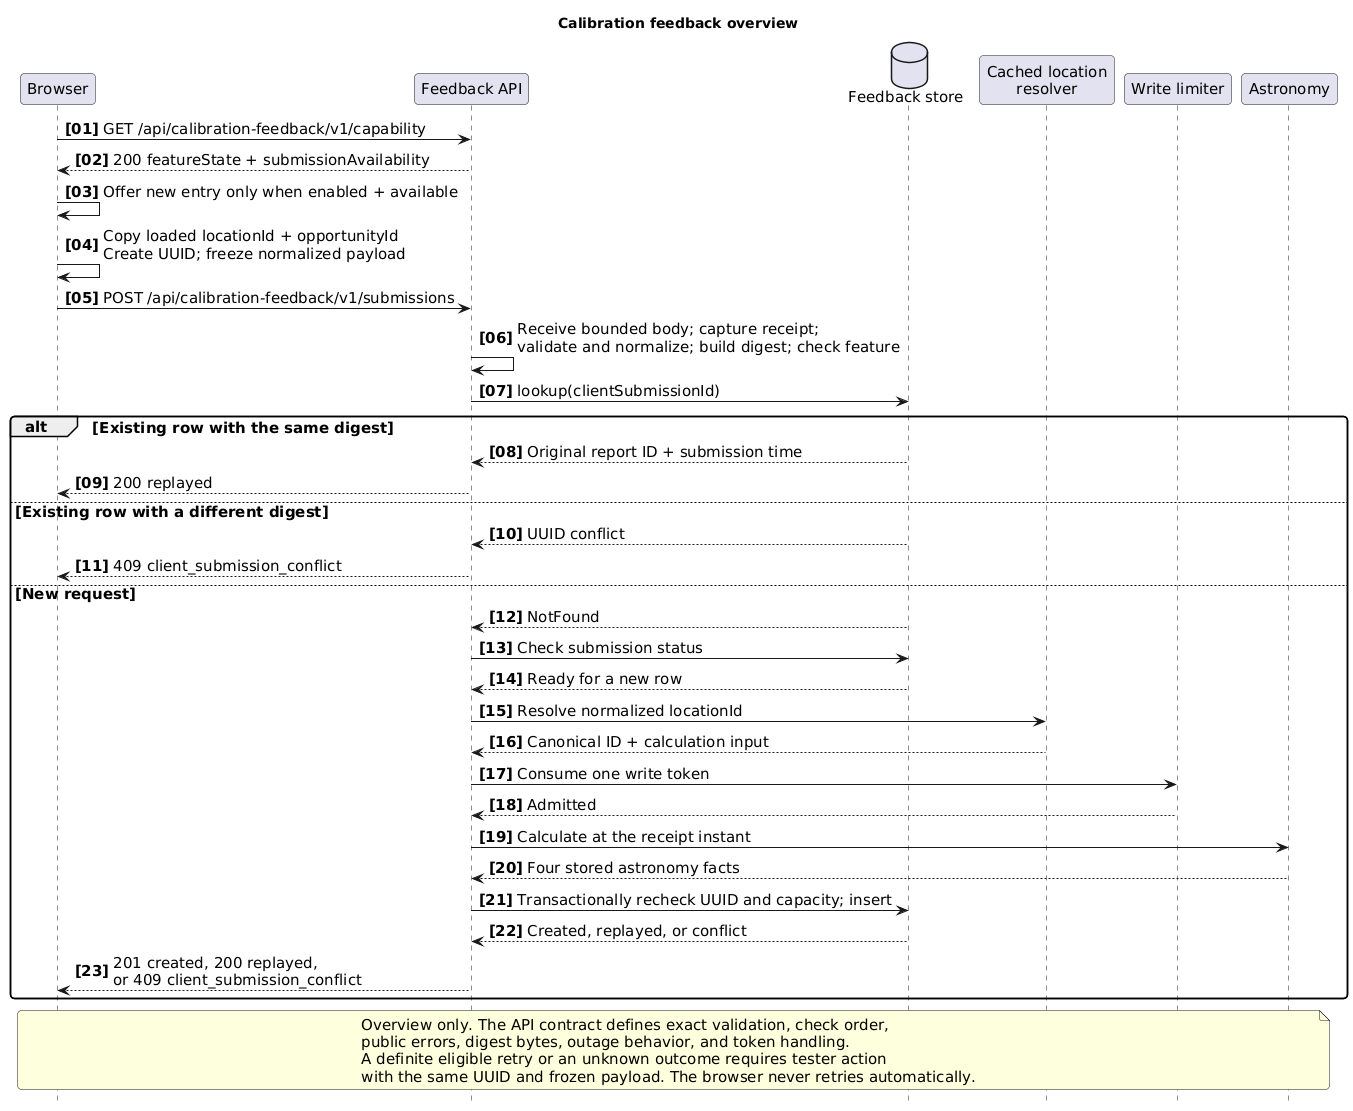
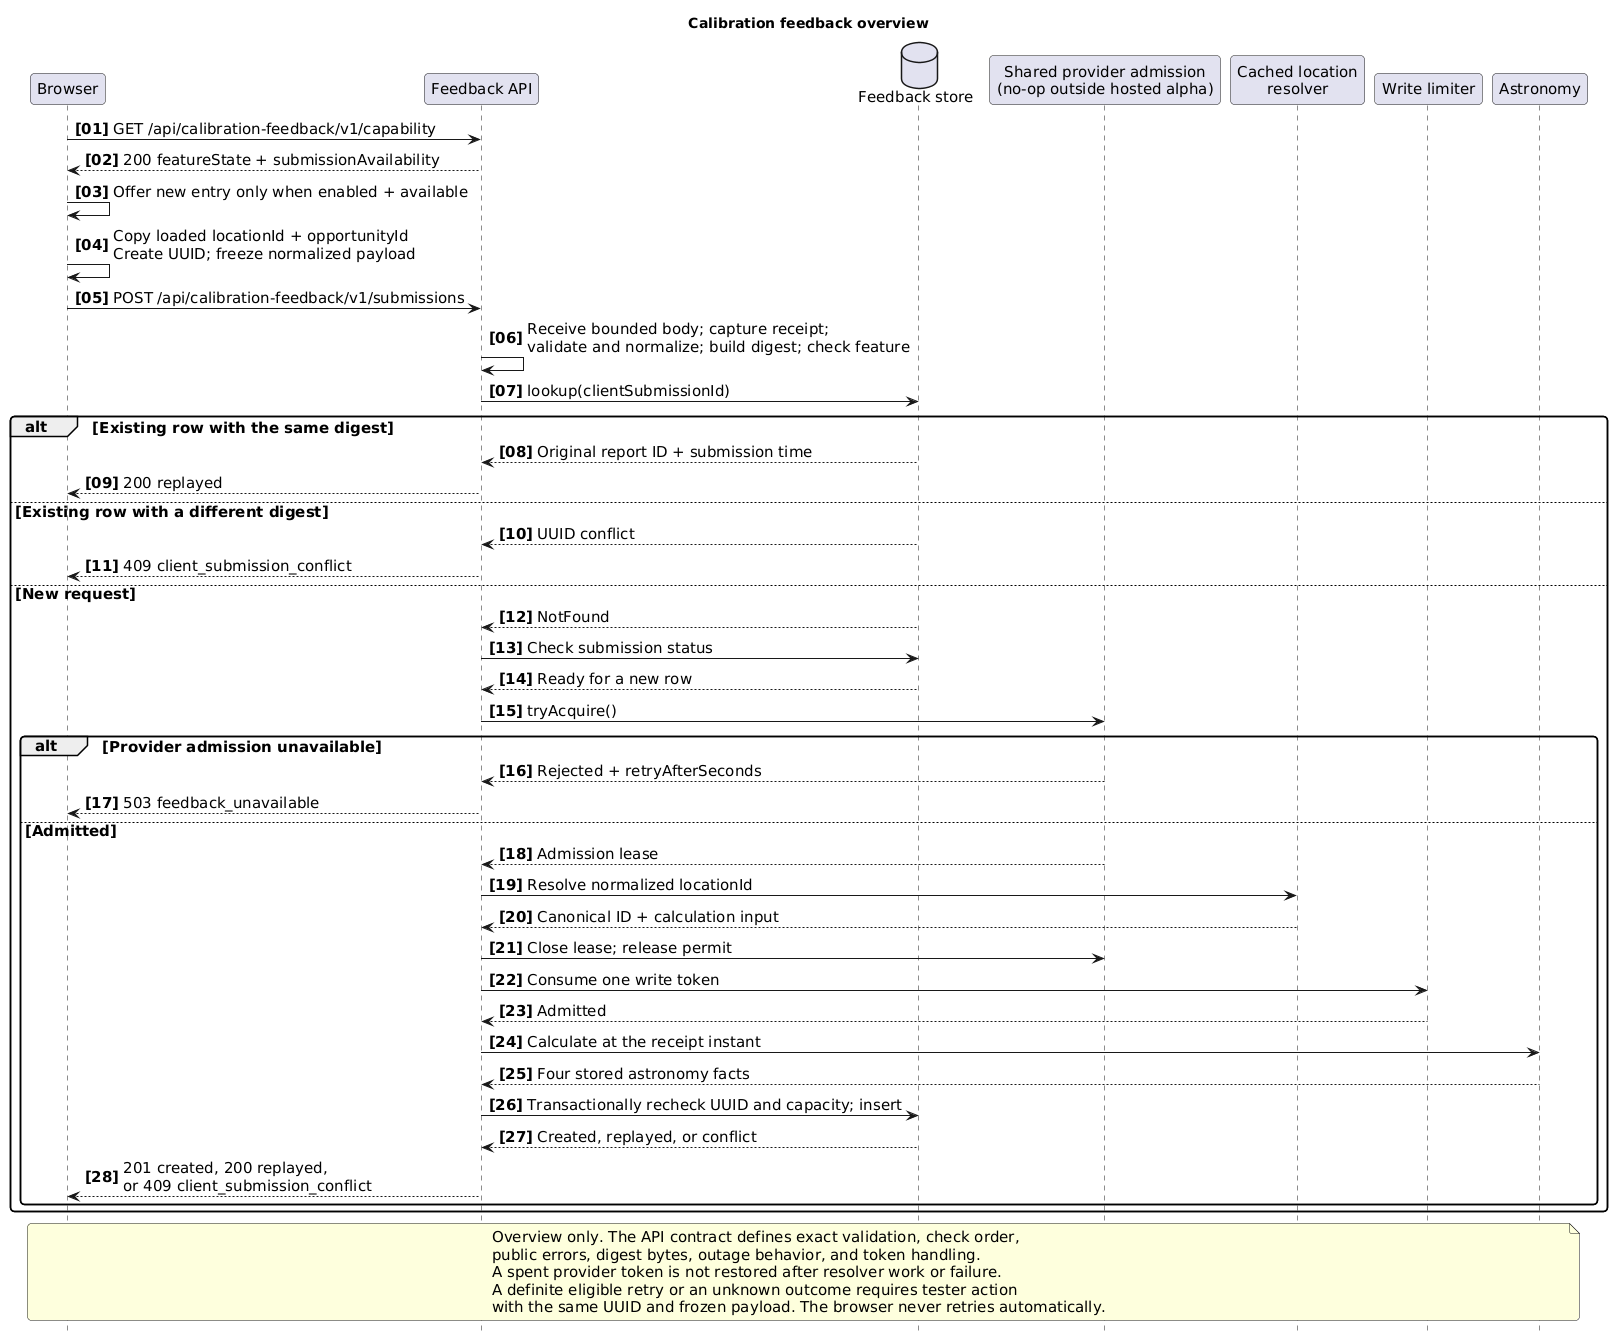
@startuml
skinparam defaultFontName "DejaVu Sans"
skinparam defaultFontSize 15
skinparam shadowing false
skinparam roundcorner 8
skinparam sequenceMessageAlign left
skinparam responseMessageBelowArrow true
hide footbox

title Calibration feedback overview
autonumber 1 "<b>[00]"

participant Browser
participant "Feedback API" as Feedback
database "Feedback store" as Store
+ participant "Shared provider admission\n(no-op outside hosted alpha)" as Admission
participant "Cached location\nresolver" as Resolver
participant "Write limiter" as Limiter
participant Astronomy

Browser -> Feedback: GET /api/calibration-feedback/v1/capability
Feedback --> Browser: 200 featureState + submissionAvailability
Browser -> Browser: Offer new entry only when enabled + available

Browser -> Browser: Copy loaded locationId + opportunityId\nCreate UUID; freeze normalized payload
Browser -> Feedback: POST /api/calibration-feedback/v1/submissions
Feedback -> Feedback: Receive bounded body; capture receipt;\nvalidate and normalize; build digest; check feature
Feedback -> Store: lookup(clientSubmissionId)

alt Existing row with the same digest
  Store --> Feedback: Original report ID + submission time
  Feedback --> Browser: 200 replayed
else Existing row with a different digest
  Store --> Feedback: UUID conflict
  Feedback --> Browser: 409 client_submission_conflict
else New request
  Store --> Feedback: NotFound
  Feedback -> Store: Check submission status
  Store --> Feedback: Ready for a new row
-   Feedback -> Resolver: Resolve normalized locationId
-   Resolver --> Feedback: Canonical ID + calculation input
-   Feedback -> Limiter: Consume one write token
-   Limiter --> Feedback: Admitted
-   Feedback -> Astronomy: Calculate at the receipt instant
-   Astronomy --> Feedback: Four stored astronomy facts
-   Feedback -> Store: Transactionally recheck UUID and capacity; insert
-   Store --> Feedback: Created, replayed, or conflict
-   Feedback --> Browser: 201 created, 200 replayed,\nor 409 client_submission_conflict
+   Feedback -> Admission: tryAcquire()
+   alt Provider admission unavailable
+     Admission --> Feedback: Rejected + retryAfterSeconds
+     Feedback --> Browser: 503 feedback_unavailable
+   else Admitted
+     Admission --> Feedback: Admission lease
+     Feedback -> Resolver: Resolve normalized locationId
+     Resolver --> Feedback: Canonical ID + calculation input
+     Feedback -> Admission: Close lease; release permit
+     Feedback -> Limiter: Consume one write token
+     Limiter --> Feedback: Admitted
+     Feedback -> Astronomy: Calculate at the receipt instant
+     Astronomy --> Feedback: Four stored astronomy facts
+     Feedback -> Store: Transactionally recheck UUID and capacity; insert
+     Store --> Feedback: Created, replayed, or conflict
+     Feedback --> Browser: 201 created, 200 replayed,\nor 409 client_submission_conflict
+   end
end

note over Browser, Astronomy
  Overview only. The API contract defines exact validation, check order,
  public errors, digest bytes, outage behavior, and token handling.
+   A spent provider token is not restored after resolver work or failure.
  A definite eligible retry or an unknown outcome requires tester action
  with the same UUID and frozen payload. The browser never retries automatically.
end note

@enduml
